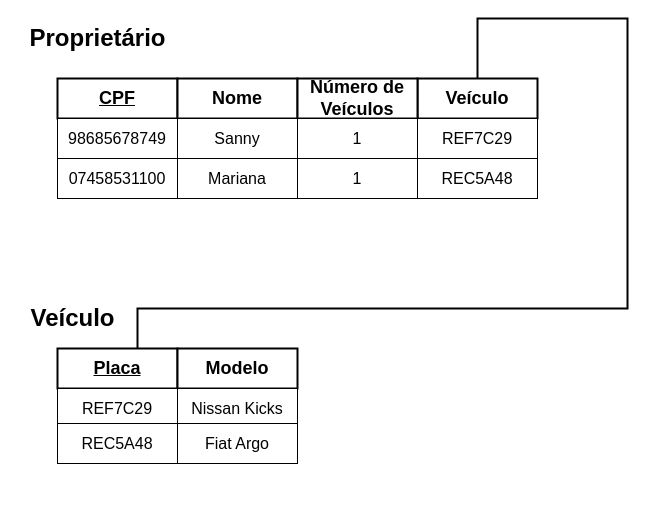
This is fonte/aula3/schema.drawio from Raphides/sbd1_exercicios, a draw.io file, before an edit. Source tidied: cells renumbered, new cells numbered last; positions are measured from the earlier drawing's top-left corner, leaving out a move shared by most shapes. Both pictures are drawn from the tidied source at 100%, with x=0, y=0 at pixel (17, 18).
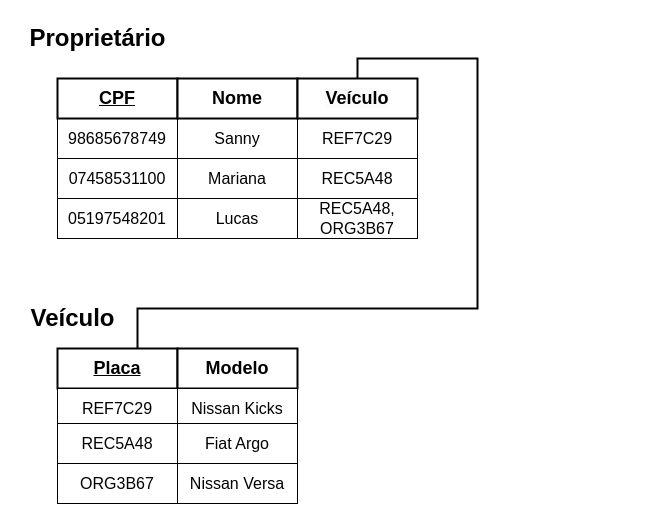
After the change.

Unchanged cells that the change refers to:
```xml
<mxCell id="18" value="Placa" style="rounded=0;whiteSpace=wrap;html=1;fontSize=18;fontStyle=5;strokeWidth=2;" parent="17" vertex="1">
  <mxGeometry width="120" height="40" as="geometry" />
</mxCell>
```

Diff of the diagram source:
```diff
@@
-    <mxCell id="2" style="group;" parent="1" vertex="1">
-      <mxGeometry x="40" y="60" width="480" height="40" as="geometry" />
-    </mxCell>
-    <mxCell id="3" value="CPF" style="rounded=0;whiteSpace=wrap;html=1;fontSize=18;fontStyle=5;strokeWidth=2;" parent="2" vertex="1">
-      <mxGeometry width="120" height="40" as="geometry" />
-    </mxCell>
-    <mxCell id="4" value="Nome" style="rounded=0;whiteSpace=wrap;html=1;fontSize=18;fontStyle=1;strokeWidth=2;" parent="2" vertex="1">
-      <mxGeometry x="120" width="120" height="40" as="geometry" />
-    </mxCell>
-    <mxCell id="5" value="Veículo" style="rounded=0;whiteSpace=wrap;html=1;fontSize=18;fontStyle=1;strokeWidth=2;" parent="2" vertex="1">
-      <mxGeometry x="360" width="120" height="40" as="geometry" />
-    </mxCell>
-    <mxCell id="6" value="Número de Veículos" style="rounded=0;whiteSpace=wrap;html=1;fontSize=18;fontStyle=1;strokeWidth=2;" parent="2" vertex="1">
-      <mxGeometry x="240" width="120" height="40" as="geometry" />
-    </mxCell>
-    <mxCell id="7" style="group;" parent="1" vertex="1">
-      <mxGeometry x="40" y="100" width="480" height="40" as="geometry" />
-    </mxCell>
-    <mxCell id="8" value="98685678749" style="rounded=0;whiteSpace=wrap;html=1;fontSize=16;fontStyle=0;strokeWidth=1;" parent="7" vertex="1">
-      <mxGeometry width="120" height="40" as="geometry" />
-    </mxCell>
-    <mxCell id="9" value="Sanny" style="rounded=0;whiteSpace=wrap;html=1;fontSize=16;fontStyle=0;strokeWidth=1;" parent="7" vertex="1">
-      <mxGeometry x="120" width="120" height="40" as="geometry" />
-    </mxCell>
-    <mxCell id="10" value="1" style="rounded=0;whiteSpace=wrap;html=1;fontSize=16;fontStyle=0;strokeWidth=1;" parent="7" vertex="1">
-      <mxGeometry x="240" width="120" height="40" as="geometry" />
-    </mxCell>
-    <mxCell id="11" value="REF7C29" style="rounded=0;whiteSpace=wrap;html=1;fontSize=16;fontStyle=0;strokeWidth=1;" parent="7" vertex="1">
-      <mxGeometry x="360" width="120" height="40" as="geometry" />
-    </mxCell>
-    <mxCell id="12" style="group;" parent="1" vertex="1">
-      <mxGeometry x="40" y="140" width="480" height="40" as="geometry" />
-    </mxCell>
-    <mxCell id="13" value="07458531100" style="rounded=0;whiteSpace=wrap;html=1;fontSize=16;fontStyle=0;strokeWidth=1;" parent="12" vertex="1">
-      <mxGeometry width="120" height="40" as="geometry" />
-    </mxCell>
-    <mxCell id="14" value="Mariana" style="rounded=0;whiteSpace=wrap;html=1;fontSize=16;fontStyle=0;strokeWidth=1;" parent="12" vertex="1">
-      <mxGeometry x="120" width="120" height="40" as="geometry" />
-    </mxCell>
-    <mxCell id="15" value="1" style="rounded=0;whiteSpace=wrap;html=1;fontSize=16;fontStyle=0;strokeWidth=1;" parent="12" vertex="1">
-      <mxGeometry x="240" width="120" height="40" as="geometry" />
-    </mxCell>
-    <mxCell id="16" value="REC5A48" style="rounded=0;whiteSpace=wrap;html=1;fontSize=16;fontStyle=0;strokeWidth=1;" parent="12" vertex="1">
-      <mxGeometry x="360" width="120" height="40" as="geometry" />
-    </mxCell>
@@
-    <mxCell id="22" style="edgeStyle=orthogonalEdgeStyle;rounded=0;jettySize=auto;html=1;endArrow=none;endFill=0;strokeWidth=2;" parent="1" edge="1" source="5" target="18">
+    <mxCell id="22" style="edgeStyle=orthogonalEdgeStyle;rounded=0;jettySize=auto;html=1;endArrow=none;endFill=0;strokeWidth=2;" parent="1" edge="1" source="6" target="18">
       <mxGeometry relative="1" as="geometry">
         <Array as="points">
-          <mxPoint x="460" />
-          <mxPoint x="610" />
-          <mxPoint x="610" y="290" />
+          <mxPoint x="340" y="40" />
+          <mxPoint x="460" y="40" />
+          <mxPoint x="460" y="290" />
           <mxPoint x="120" y="290" />
         </Array>
       </mxGeometry>
     </mxCell>
@@
+    <mxCell id="29" style="group;" parent="1" vertex="1">
+      <mxGeometry x="40" y="445" width="240" height="40" as="geometry" />
+    </mxCell>
+    <mxCell id="30" value="ORG3B67" style="rounded=0;whiteSpace=wrap;html=1;fontSize=16;fontStyle=0;strokeWidth=1;" parent="29" vertex="1">
+      <mxGeometry width="120" height="40" as="geometry" />
+    </mxCell>
+    <mxCell id="31" value="Nissan Versa" style="rounded=0;whiteSpace=wrap;html=1;fontSize=16;fontStyle=0;strokeWidth=1;" parent="29" vertex="1">
+      <mxGeometry x="120" width="120" height="40" as="geometry" />
+    </mxCell>
+    <mxCell id="13" value="07458531100" style="rounded=0;whiteSpace=wrap;html=1;fontSize=16;fontStyle=0;strokeWidth=1;" parent="1" vertex="1">
+      <mxGeometry x="40" y="140" width="120" height="40" as="geometry" />
+    </mxCell>
+    <mxCell id="14" value="Mariana" style="rounded=0;whiteSpace=wrap;html=1;fontSize=16;fontStyle=0;strokeWidth=1;" parent="1" vertex="1">
+      <mxGeometry x="160" y="140" width="120" height="40" as="geometry" />
+    </mxCell>
+    <mxCell id="15" value="REC5A48" style="rounded=0;whiteSpace=wrap;html=1;fontSize=16;fontStyle=0;strokeWidth=1;" parent="1" vertex="1">
+      <mxGeometry x="280" y="140" width="120" height="40" as="geometry" />
+    </mxCell>
+    <mxCell id="8" value="98685678749" style="rounded=0;whiteSpace=wrap;html=1;fontSize=16;fontStyle=0;strokeWidth=1;" parent="1" vertex="1">
+      <mxGeometry x="40" y="100" width="120" height="40" as="geometry" />
+    </mxCell>
+    <mxCell id="9" value="Sanny" style="rounded=0;whiteSpace=wrap;html=1;fontSize=16;fontStyle=0;strokeWidth=1;" parent="1" vertex="1">
+      <mxGeometry x="160" y="100" width="120" height="40" as="geometry" />
+    </mxCell>
+    <mxCell id="10" value="REF7C29" style="rounded=0;whiteSpace=wrap;html=1;fontSize=16;fontStyle=0;strokeWidth=1;" parent="1" vertex="1">
+      <mxGeometry x="280" y="100" width="120" height="40" as="geometry" />
+    </mxCell>
+    <mxCell id="3" value="CPF" style="rounded=0;whiteSpace=wrap;html=1;fontSize=18;fontStyle=5;strokeWidth=2;" parent="1" vertex="1">
+      <mxGeometry x="40" y="60" width="120" height="40" as="geometry" />
+    </mxCell>
+    <mxCell id="4" value="Nome" style="rounded=0;whiteSpace=wrap;html=1;fontSize=18;fontStyle=1;strokeWidth=2;" parent="1" vertex="1">
+      <mxGeometry x="160" y="60" width="120" height="40" as="geometry" />
+    </mxCell>
+    <mxCell id="6" value="&lt;span style=&quot;color: rgb(0, 0, 0); font-family: Helvetica; font-size: 18px; font-style: normal; font-variant-ligatures: normal; font-variant-caps: normal; font-weight: 700; letter-spacing: normal; orphans: 2; text-align: center; text-indent: 0px; text-transform: none; widows: 2; word-spacing: 0px; -webkit-text-stroke-width: 0px; background-color: rgb(251, 251, 251); text-decoration-thickness: initial; text-decoration-style: initial; text-decoration-color: initial; float: none; display: inline !important;&quot;&gt;Veículo&lt;/span&gt;" style="rounded=0;whiteSpace=wrap;html=1;fontSize=18;fontStyle=1;strokeWidth=2;" parent="1" vertex="1">
+      <mxGeometry x="280" y="60" width="120" height="40" as="geometry" />
+    </mxCell>
+    <mxCell id="32" value="05197548201" style="rounded=0;whiteSpace=wrap;html=1;fontSize=16;fontStyle=0;strokeWidth=1;" parent="1" vertex="1">
+      <mxGeometry x="40" y="180" width="120" height="40" as="geometry" />
+    </mxCell>
+    <mxCell id="33" value="Lucas" style="rounded=0;whiteSpace=wrap;html=1;fontSize=16;fontStyle=0;strokeWidth=1;" parent="1" vertex="1">
+      <mxGeometry x="160" y="180" width="120" height="40" as="geometry" />
+    </mxCell>
+    <mxCell id="34" value="REC5A48, ORG3B67" style="rounded=0;whiteSpace=wrap;html=1;fontSize=16;fontStyle=0;strokeWidth=1;" parent="1" vertex="1">
+      <mxGeometry x="280" y="180" width="120" height="40" as="geometry" />
+    </mxCell>
```
